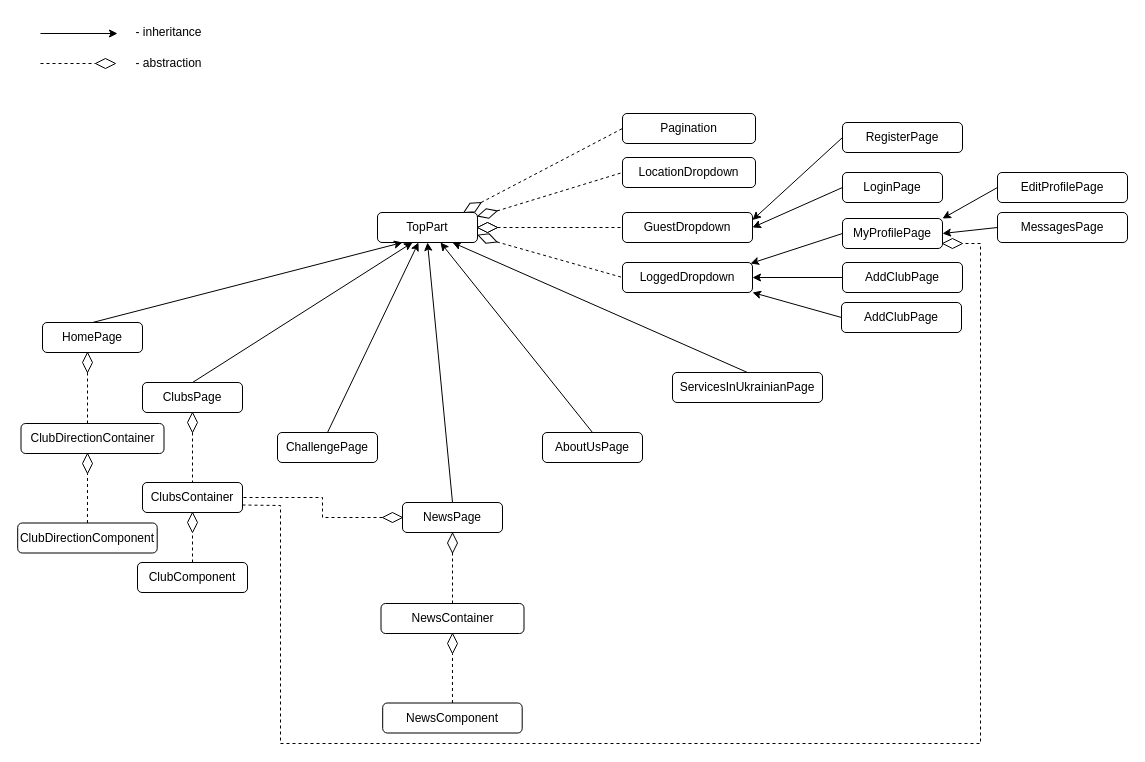
This is assets/project_structure.drawio from ita-social-projects/TeachUA, a draw.io file, before an edit. Source tidied: cells renumbered, new cells numbered last; positions are measured from the earlier drawing's top-left corner, leaving out a move shared by most shapes. Both pictures are drawn from the tidied source at 100%, with x=0, y=0 at pixel (17, 17).
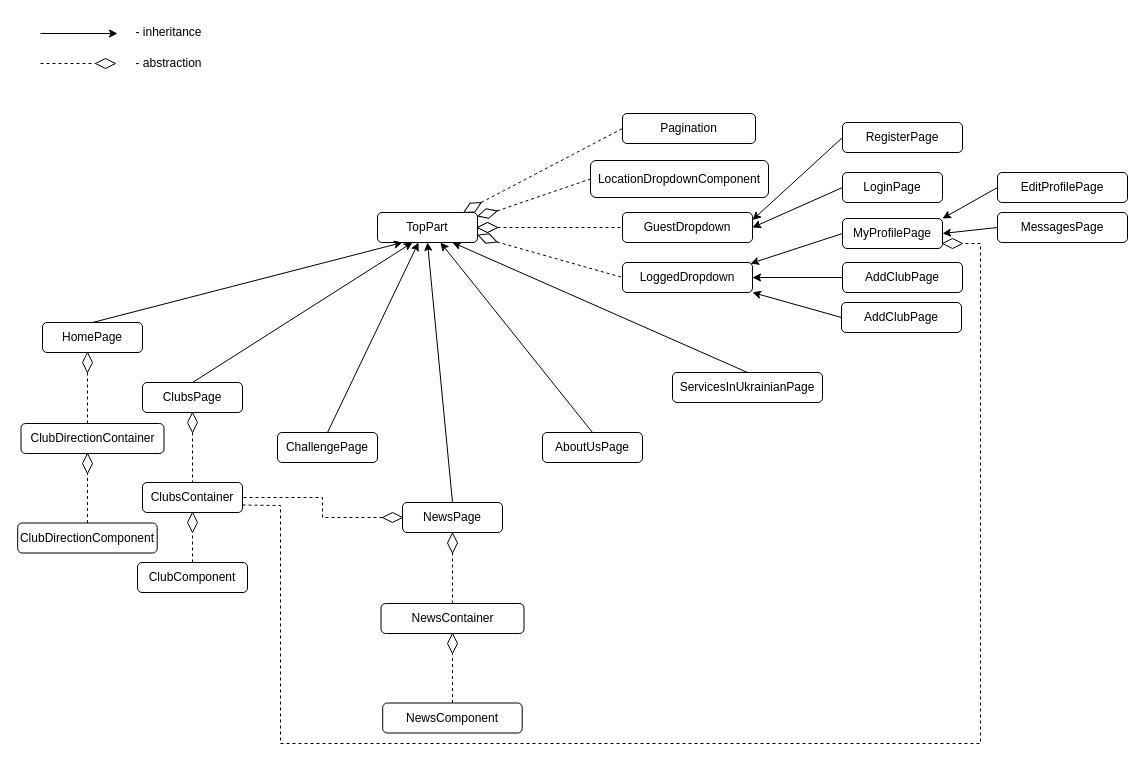
After the change.

What changed in the source:
```diff
@@
-    <mxCell id="61" value="LocationDropdown" style="rounded=1;whiteSpace=wrap;html=1;rotation=0;" parent="1" vertex="1">
-      <mxGeometry x="605" y="140" width="133" height="30" as="geometry" />
+    <mxCell id="61" value="LocationDropdownComponent" style="rounded=1;whiteSpace=wrap;html=1;rotation=0;" parent="1" vertex="1">
+      <mxGeometry x="573" y="143" width="178" height="37" as="geometry" />
     </mxCell>
```
